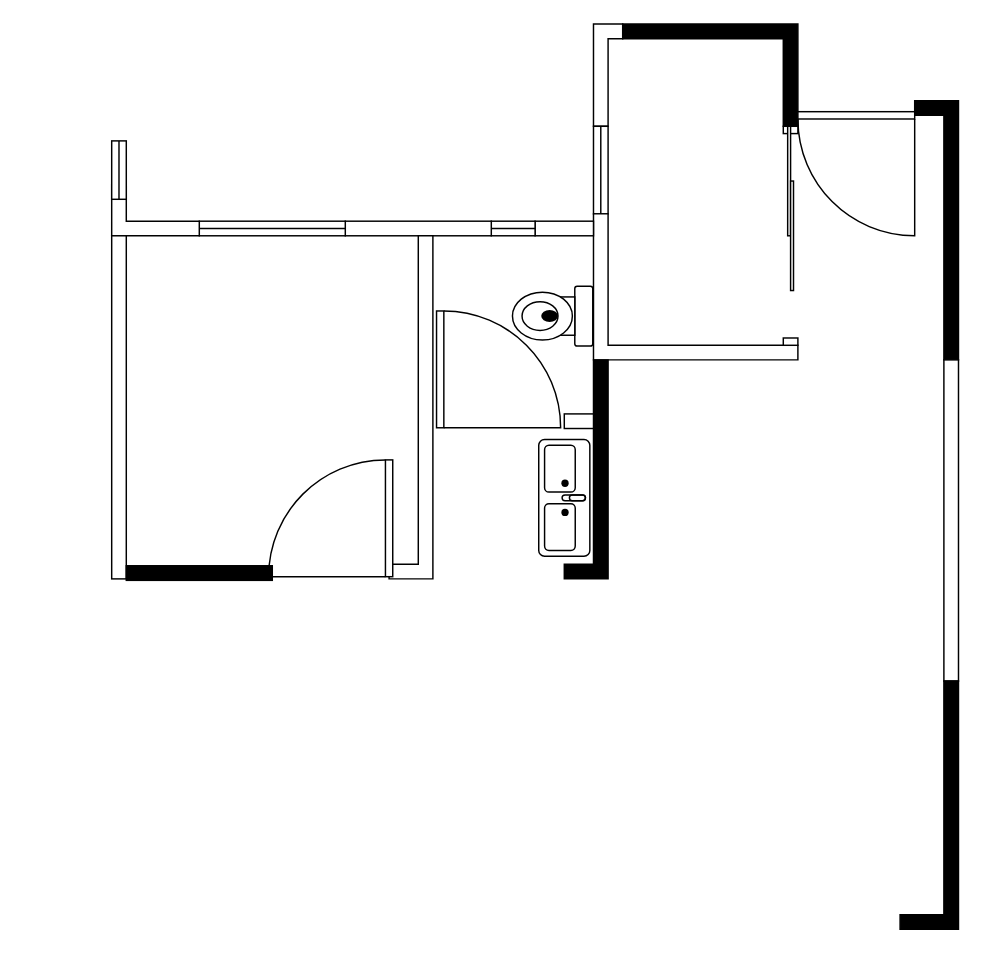
Before: 户型.drawio in HaroldCC/dotfiles, a draw.io diagram. Source tidied: cells renumbered, new cells numbered last; positions are measured from the earlier drawing's top-left corner, leaving out a move shared by most shapes. Both pictures are drawn from the tidied source at 146%, with x=0, y=0 at pixel (89, 23).
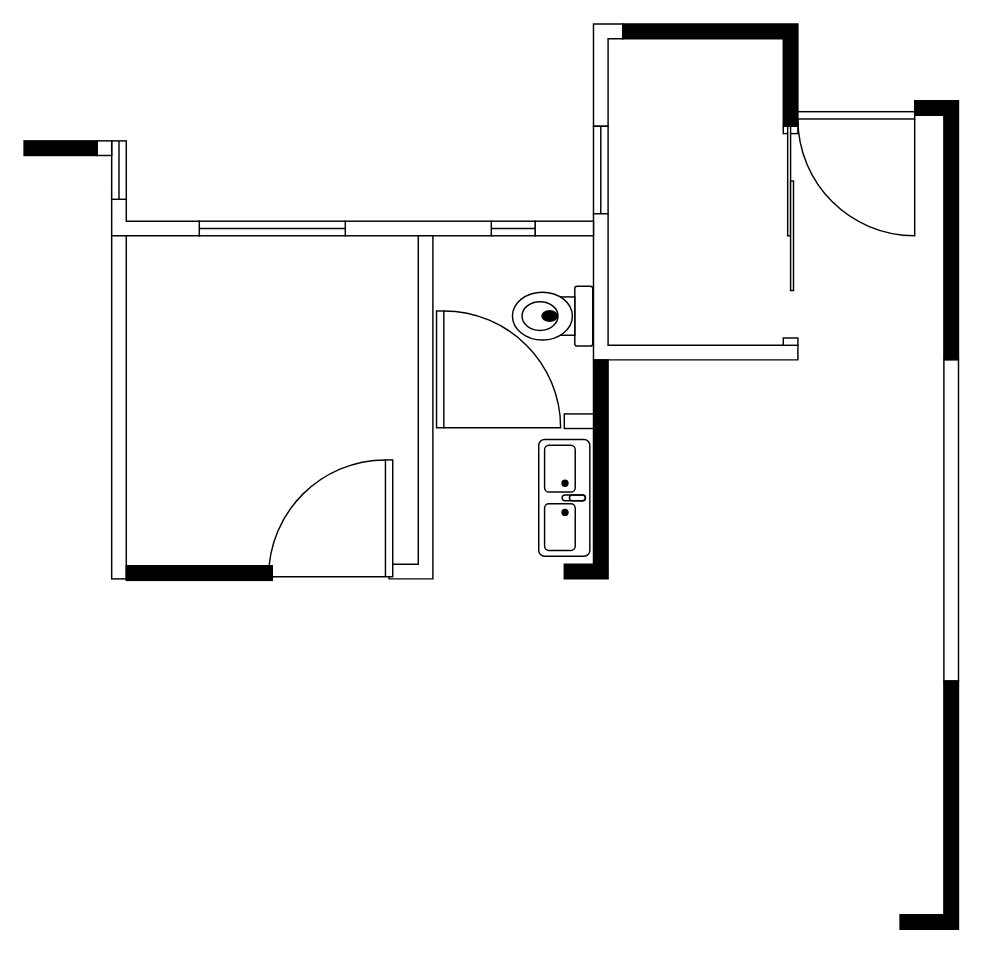
After the change.

Change to the diagram source:
```diff
@@
+    <mxCell id="26" style="verticalLabelPosition=bottom;html=1;verticalAlign=top;align=center;shape=mxgraph.floorplan.wall;" parent="1" vertex="1">
+      <mxGeometry x="5" y="80" width="10" height="10" as="geometry" />
+    </mxCell>
+    <mxCell id="27" style="verticalLabelPosition=bottom;html=1;verticalAlign=top;align=center;shape=mxgraph.floorplan.wall;fillColor=strokeColor;" parent="1" vertex="1">
+      <mxGeometry x="-45" y="80" width="50" height="10" as="geometry" />
+    </mxCell>
```
